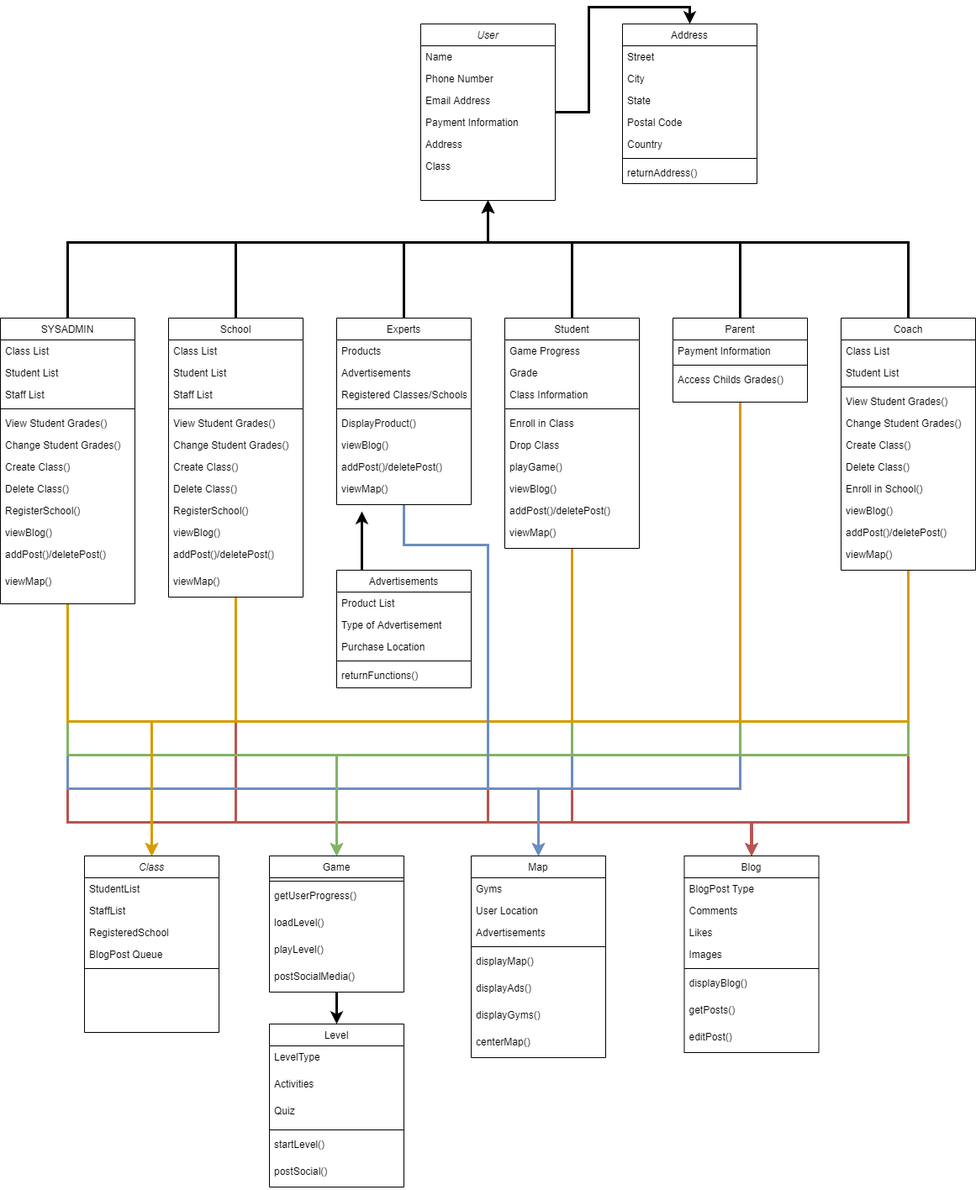
Before: Deliverables/Week_4/Class Diagram.png, a diagram exported from draw.io (Hanandrof/Group-3-Repository). Source tidied: cells renumbered, new cells last; positions are measured from the earlier drawing's top-left corner, leaving out a move shared by most shapes.
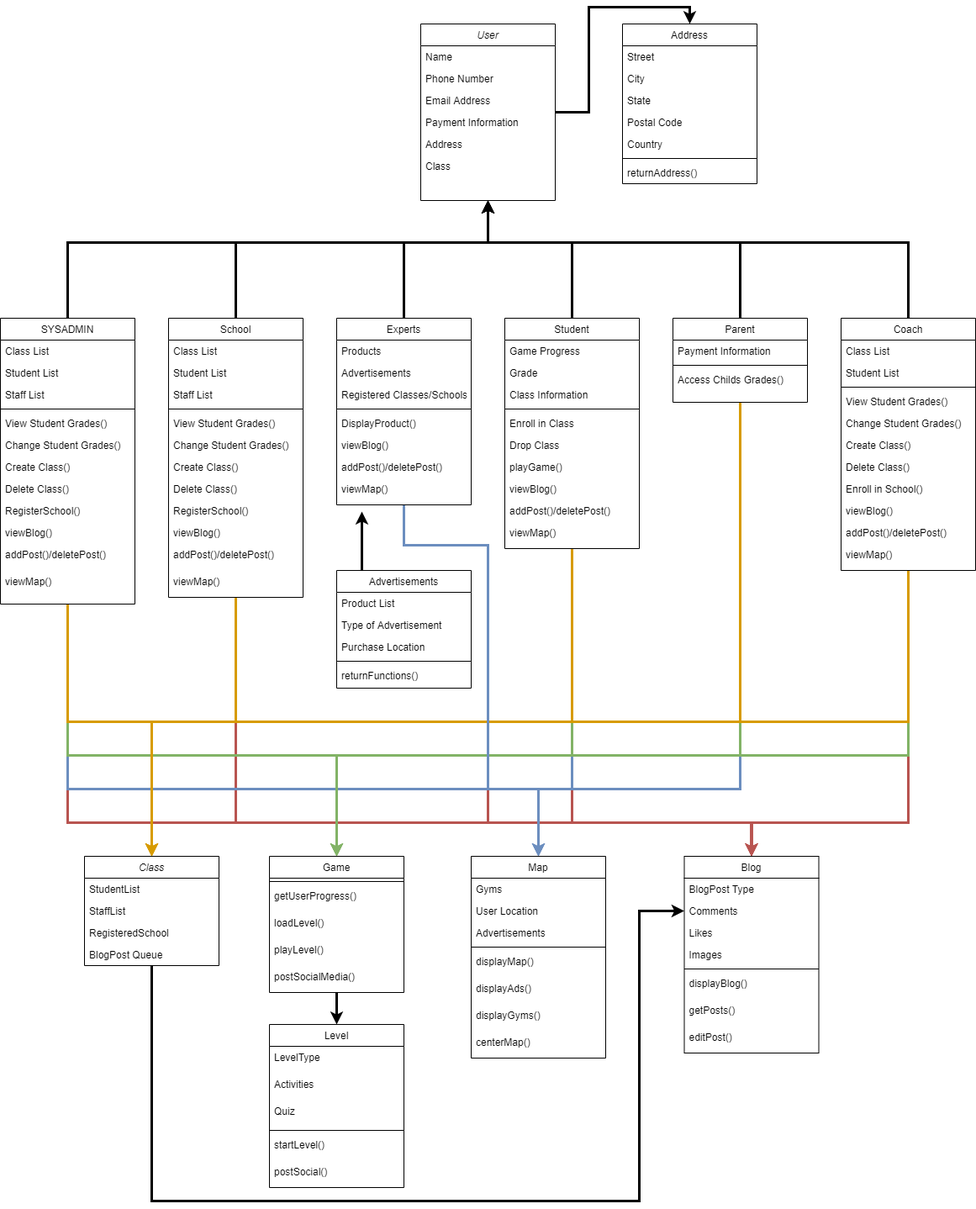
Above is the later version.

The edit, as a diff of the source:
```diff
@@ -554,8 +554,17 @@
     <mxCell id="142" value="postSocial()" style="text;align=left;verticalAlign=top;spacingLeft=4;spacingRight=4;overflow=hidden;rounded=0;shadow=0;html=0;" parent="136" vertex="1">
       <mxGeometry y="162" width="160" height="32" as="geometry" />
     </mxCell>
+    <mxCell id="149" style="edgeStyle=orthogonalEdgeStyle;rounded=0;jettySize=auto;html=1;entryX=0;entryY=0.5;entryDx=0;entryDy=0;strokeWidth=3;" parent="1" edge="1" source="143" target="113">
+      <mxGeometry relative="1" as="geometry">
+        <Array as="points">
+          <mxPoint x="180" y="1400" />
+          <mxPoint x="760" y="1400" />
+          <mxPoint x="760" y="1055" />
+        </Array>
+      </mxGeometry>
+    </mxCell>
     <mxCell id="143" value="Class" style="swimlane;fontStyle=2;align=center;verticalAlign=top;horizontal=1;startSize=26;rounded=0;shadow=0;strokeWidth=1;" parent="1" vertex="1">
-      <mxGeometry x="100" y="990" width="160" height="210" as="geometry" />
+      <mxGeometry x="100" y="990" width="160" height="130" as="geometry" />
     </mxCell>
     <mxCell id="144" value="StudentList" style="text;align=left;verticalAlign=top;spacingLeft=4;spacingRight=4;overflow=hidden;" parent="143" vertex="1">
       <mxGeometry y="26" width="160" height="26" as="geometry" />
@@ -569,8 +578,5 @@
     <mxCell id="147" value="BlogPost Queue" style="text;align=left;verticalAlign=top;spacingLeft=4;spacingRight=4;overflow=hidden;rounded=0;shadow=0;html=0;" parent="143" vertex="1">
       <mxGeometry y="104" width="160" height="26" as="geometry" />
     </mxCell>
-    <mxCell id="148" style="line;html=1;strokeWidth=1;align=left;verticalAlign=middle;spacingTop=-1;spacingLeft=3;spacingRight=3;labelPosition=right;" parent="143" vertex="1">
-      <mxGeometry y="130" width="160" height="8" as="geometry" />
-    </mxCell>
   </root>
 </mxGraphModel>
```
